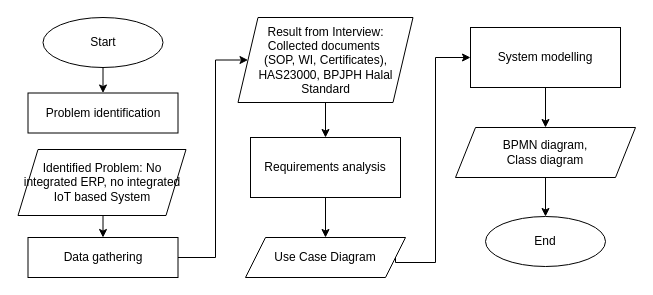
Earlier version of the draw.io diagram Method APFITA 2022.drawio (ariesharry/Diagrams). Source tidied: cells renumbered, new cells numbered last; positions are measured from the earlier drawing's top-left corner, leaving out a move shared by most shapes. Both pictures are drawn from the tidied source at 100%, with x=0, y=0 at pixel (17, 17).
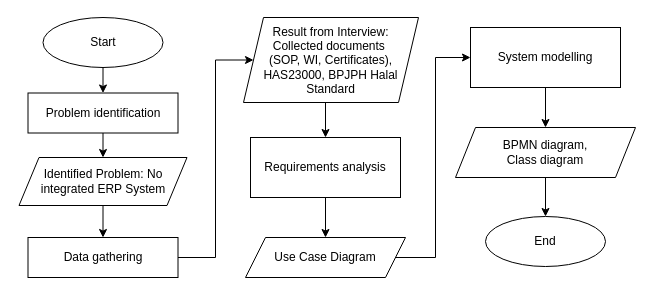
The same page after the edit.

The change refers to these unchanged cells:
```xml
<mxCell id="2" value="Problem identification" style="rounded=0;whiteSpace=wrap;html=1;" parent="1" vertex="1">
  <mxGeometry x="10.5" y="75.5" width="150" height="40" as="geometry" />
</mxCell>
<mxCell id="8" value="System modelling" style="rounded=0;whiteSpace=wrap;html=1;" parent="1" vertex="1">
  <mxGeometry x="453" y="10" width="150" height="60" as="geometry" />
</mxCell>
<mxCell id="14" value="&lt;div&gt;Use Case Diagram&lt;/div&gt;" style="shape=parallelogram;perimeter=parallelogramPerimeter;whiteSpace=wrap;html=1;fixedSize=1;" parent="1" vertex="1">
  <mxGeometry x="228" y="220" width="160" height="40" as="geometry" />
</mxCell>
```

What changed in the source:
```diff
@@
+    <mxCell id="20" style="edgeStyle=orthogonalEdgeStyle;rounded=0;jettySize=auto;html=1;exitX=0.5;exitY=1;exitDx=0;exitDy=0;entryX=0.5;entryY=0;entryDx=0;entryDy=0;" parent="1" edge="1" source="2" target="19">
+      <mxGeometry relative="1" as="geometry" />
+    </mxCell>
@@
     <mxCell id="6" value="&lt;div&gt;Result from Interview:&lt;/div&gt;&lt;div&gt;Collected documents&amp;nbsp;&lt;/div&gt;&lt;div&gt;(SOP, WI, Certificates),&lt;/div&gt;&lt;div&gt;HAS23000, BPJPH Halal&lt;/div&gt;&lt;div&gt;Standard&lt;/div&gt;" style="shape=parallelogram;perimeter=parallelogramPerimeter;whiteSpace=wrap;html=1;fixedSize=1;" parent="1" vertex="1">
-      <mxGeometry x="220.5" width="175" height="85" as="geometry" />
+      <mxGeometry x="226" width="175" height="85" as="geometry" />
     </mxCell>
@@
     <mxCell id="13" style="edgeStyle=orthogonalEdgeStyle;rounded=0;jettySize=auto;html=1;exitX=1;exitY=0.5;exitDx=0;exitDy=0;" parent="1" edge="1" source="14" target="8">
       <mxGeometry relative="1" as="geometry">
         <Array as="points">
-          <mxPoint x="378" y="245" />
-          <mxPoint x="418" y="245" />
+          <mxPoint x="418" y="240" />
           <mxPoint x="418" y="40" />
         </Array>
       </mxGeometry>
     </mxCell>
@@
-    <mxCell id="19" value="Identified Problem: No integrated ERP, no integrated IoT based System" style="shape=parallelogram;perimeter=parallelogramPerimeter;whiteSpace=wrap;html=1;fixedSize=1;" parent="1" vertex="1">
-      <mxGeometry x="0.5" y="132" width="168" height="66" as="geometry" />
+    <mxCell id="19" value="Identified Problem: No integrated ERP System" style="shape=parallelogram;perimeter=parallelogramPerimeter;whiteSpace=wrap;html=1;fixedSize=1;" parent="1" vertex="1">
+      <mxGeometry x="1.5" y="140" width="168" height="48" as="geometry" />
     </mxCell>
```
